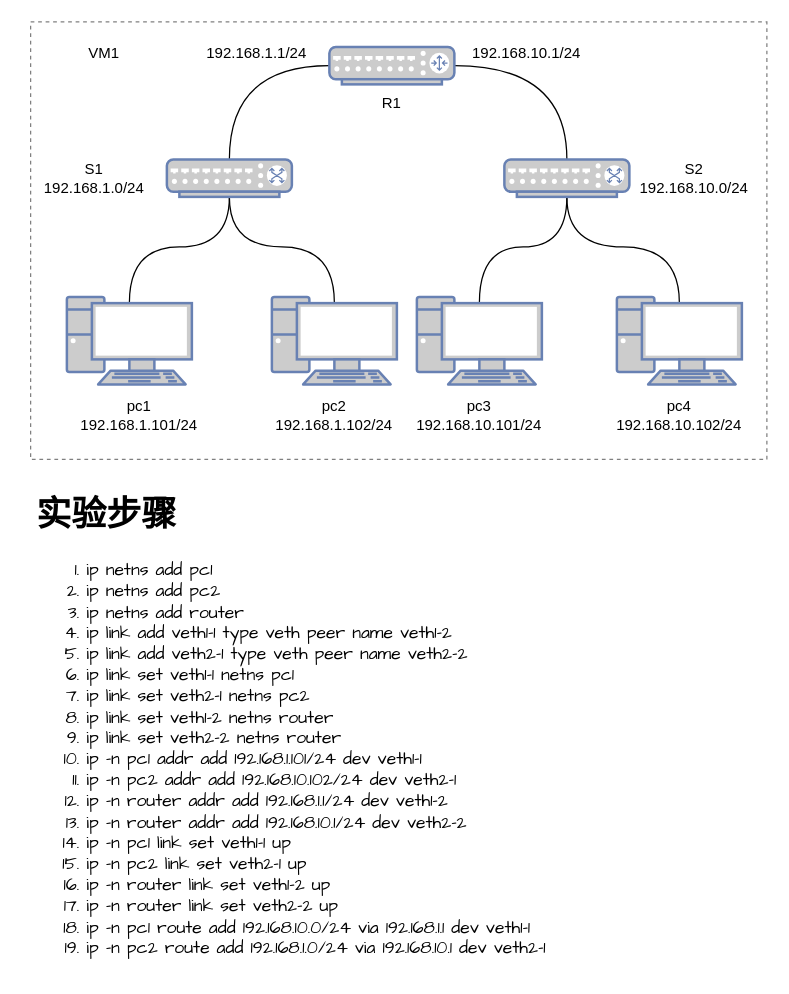
Before: page "router-lan" (14 of 16) of network_trainning.drawio in garryfan2013/network_trainning, a draw.io diagram. Source tidied: cells renumbered, new cells numbered last; positions are measured from the earlier drawing's top-left corner, leaving out a move shared by most shapes. Both pictures are drawn from the tidied source at 125%, with x=0, y=0 at pixel (21, 21).
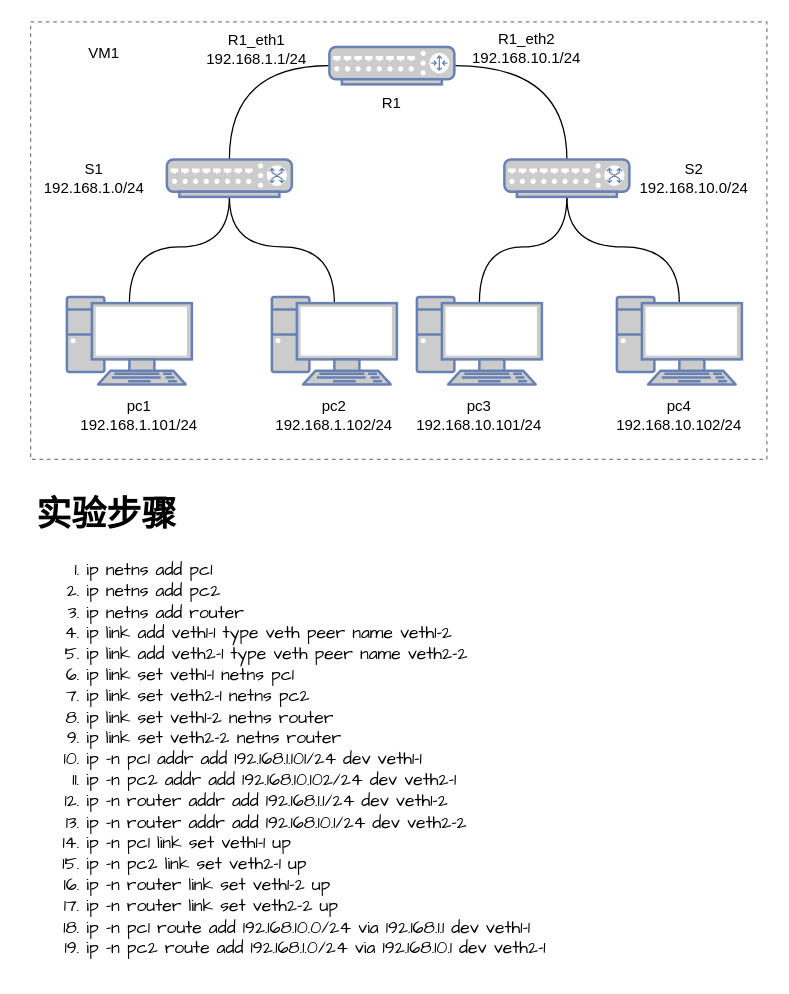
The same page after the edit.

Diff of the diagram source:
```diff
@@
-    <mxCell id="17" value="192.168.1.1/24" style="text;html=1;strokeColor=none;fillColor=none;align=center;verticalAlign=middle;whiteSpace=wrap;rounded=0;dashed=1;" parent="1" vertex="1">
-      <mxGeometry x="130" y="10" width="116" height="30" as="geometry" />
+    <mxCell id="17" value="&lt;div&gt;R1_eth1&lt;br&gt;&lt;/div&gt;&lt;div&gt;192.168.1.1/24&lt;/div&gt;" style="text;html=1;strokeColor=none;fillColor=none;align=center;verticalAlign=middle;whiteSpace=wrap;rounded=0;dashed=1;" parent="1" vertex="1">
+      <mxGeometry x="130" y="7" width="116" height="30" as="geometry" />
     </mxCell>
-    <mxCell id="18" value="192.168.10.1/24" style="text;html=1;strokeColor=none;fillColor=none;align=center;verticalAlign=middle;whiteSpace=wrap;rounded=0;dashed=1;" parent="1" vertex="1">
-      <mxGeometry x="346" y="10" width="116" height="30" as="geometry" />
+    <mxCell id="18" value="&lt;div&gt;R1_eth2&lt;br&gt;&lt;/div&gt;&lt;div&gt;192.168.10.1/24&lt;/div&gt;" style="text;html=1;strokeColor=none;fillColor=none;align=center;verticalAlign=middle;whiteSpace=wrap;rounded=0;dashed=1;" parent="1" vertex="1">
+      <mxGeometry x="346" y="6" width="116" height="30" as="geometry" />
     </mxCell>
```
